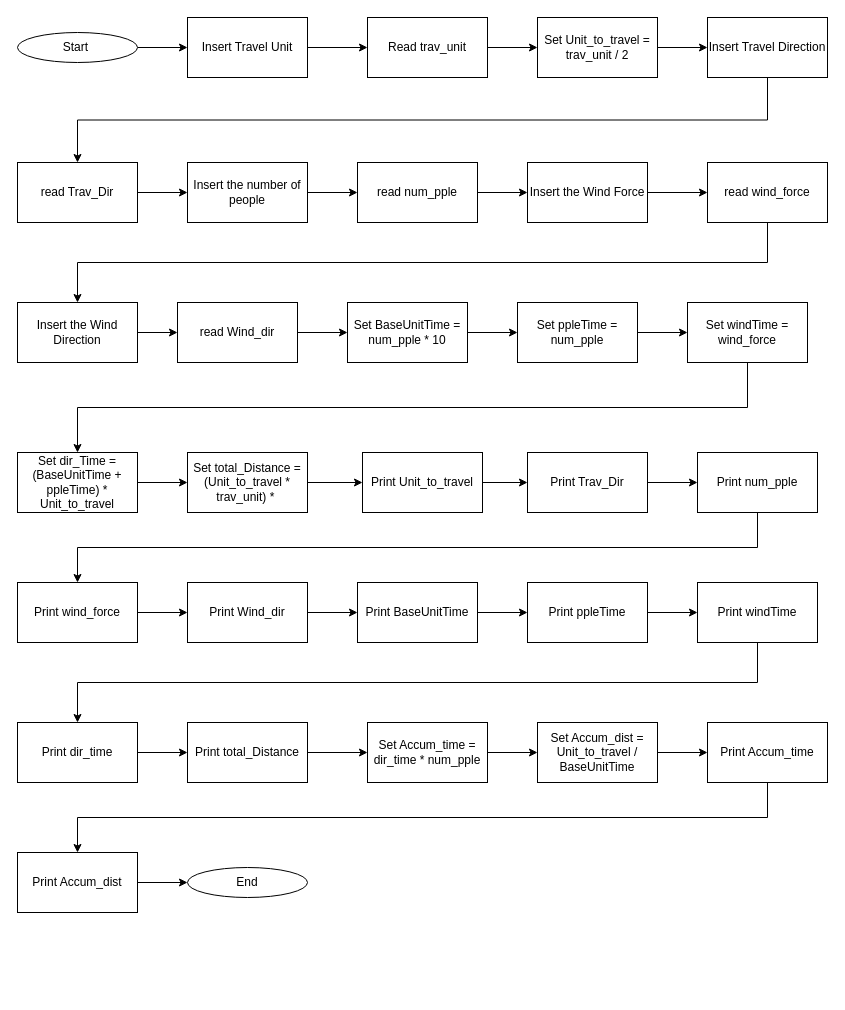
The draw.io diagram flowchart_log3_9.drawio in LwinMateo/mlcode, before the edit. Source tidied: cells renumbered, new cells numbered last; positions are measured from the earlier drawing's top-left corner, leaving out a move shared by most shapes. Both pictures are drawn from the tidied source at 100%, with x=0, y=0 at pixel (17, 17).
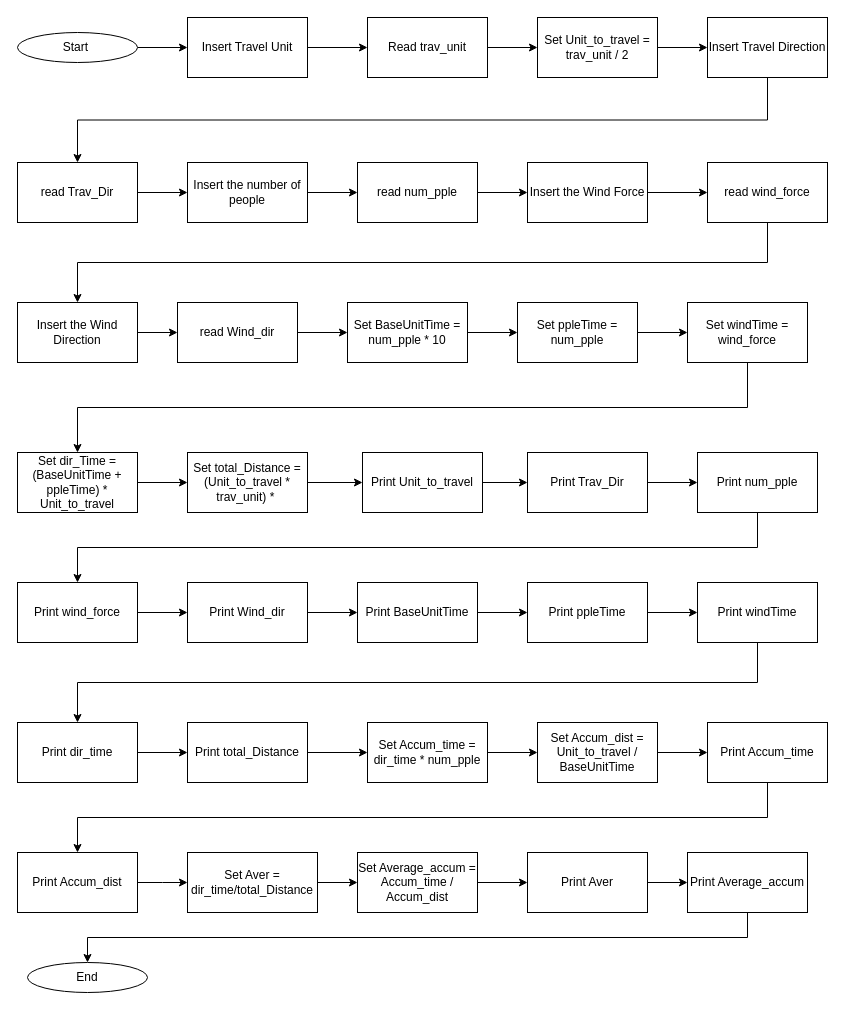
Above is the later version.

The change refers to these unchanged cells:
```xml
<mxCell id="63" value="Print Accum_dist" style="rounded=0;whiteSpace=wrap;html=1;" parent="1" vertex="1">
  <mxGeometry y="835" width="120" height="60" as="geometry" />
</mxCell>
```

The edit, as a diff of the source:
```diff
@@
-    <mxCell id="62" style="edgeStyle=orthogonalEdgeStyle;rounded=0;jettySize=auto;html=1;exitX=1;exitY=0.5;exitDx=0;exitDy=0;entryX=0;entryY=0.5;entryDx=0;entryDy=0;" parent="1" edge="1" source="63" target="64">
-      <mxGeometry relative="1" as="geometry" />
+    <mxCell id="62" style="edgeStyle=orthogonalEdgeStyle;rounded=0;jettySize=auto;html=1;exitX=1;exitY=0.5;exitDx=0;exitDy=0;entryX=0;entryY=0.5;entryDx=0;entryDy=0;" parent="1" edge="1" source="63">
+      <mxGeometry relative="1" as="geometry">
+        <mxPoint x="170" y="865" as="targetPoint" />
+      </mxGeometry>
     </mxCell>
@@
+    <mxCell id="65" style="edgeStyle=orthogonalEdgeStyle;rounded=0;jettySize=auto;html=1;exitX=1;exitY=0.5;exitDx=0;exitDy=0;entryX=0;entryY=0.5;entryDx=0;entryDy=0;" parent="1" edge="1" source="66" target="68">
+      <mxGeometry relative="1" as="geometry" />
+    </mxCell>
+    <mxCell id="66" value="Set Aver = dir_time/total_Distance" style="rounded=0;whiteSpace=wrap;html=1;" parent="1" vertex="1">
+      <mxGeometry x="170" y="835" width="130" height="60" as="geometry" />
+    </mxCell>
+    <mxCell id="67" style="edgeStyle=orthogonalEdgeStyle;rounded=0;jettySize=auto;html=1;exitX=1;exitY=0.5;exitDx=0;exitDy=0;entryX=0;entryY=0.5;entryDx=0;entryDy=0;" parent="1" edge="1" source="68" target="70">
+      <mxGeometry relative="1" as="geometry" />
+    </mxCell>
+    <mxCell id="68" value="Set Average_accum = Accum_time / Accum_dist" style="rounded=0;whiteSpace=wrap;html=1;" parent="1" vertex="1">
+      <mxGeometry x="340" y="835" width="120" height="60" as="geometry" />
+    </mxCell>
+    <mxCell id="69" style="edgeStyle=orthogonalEdgeStyle;rounded=0;jettySize=auto;html=1;exitX=1;exitY=0.5;exitDx=0;exitDy=0;" parent="1" edge="1" source="70" target="72">
+      <mxGeometry relative="1" as="geometry" />
+    </mxCell>
+    <mxCell id="70" value="Print Aver" style="rounded=0;whiteSpace=wrap;html=1;" parent="1" vertex="1">
+      <mxGeometry x="510" y="835" width="120" height="60" as="geometry" />
+    </mxCell>
+    <mxCell id="71" style="edgeStyle=orthogonalEdgeStyle;rounded=0;jettySize=auto;html=1;exitX=0.5;exitY=1;exitDx=0;exitDy=0;" parent="1" edge="1" source="72" target="64">
+      <mxGeometry relative="1" as="geometry" />
+    </mxCell>
+    <mxCell id="72" value="Print Average_accum" style="rounded=0;whiteSpace=wrap;html=1;" parent="1" vertex="1">
+      <mxGeometry x="670" y="835" width="120" height="60" as="geometry" />
+    </mxCell>
     <mxCell id="64" value="End" style="ellipse;whiteSpace=wrap;html=1;" parent="1" vertex="1">
-      <mxGeometry x="170" y="850" width="120" height="30" as="geometry" />
+      <mxGeometry x="10" y="945" width="120" height="30" as="geometry" />
     </mxCell>
```
